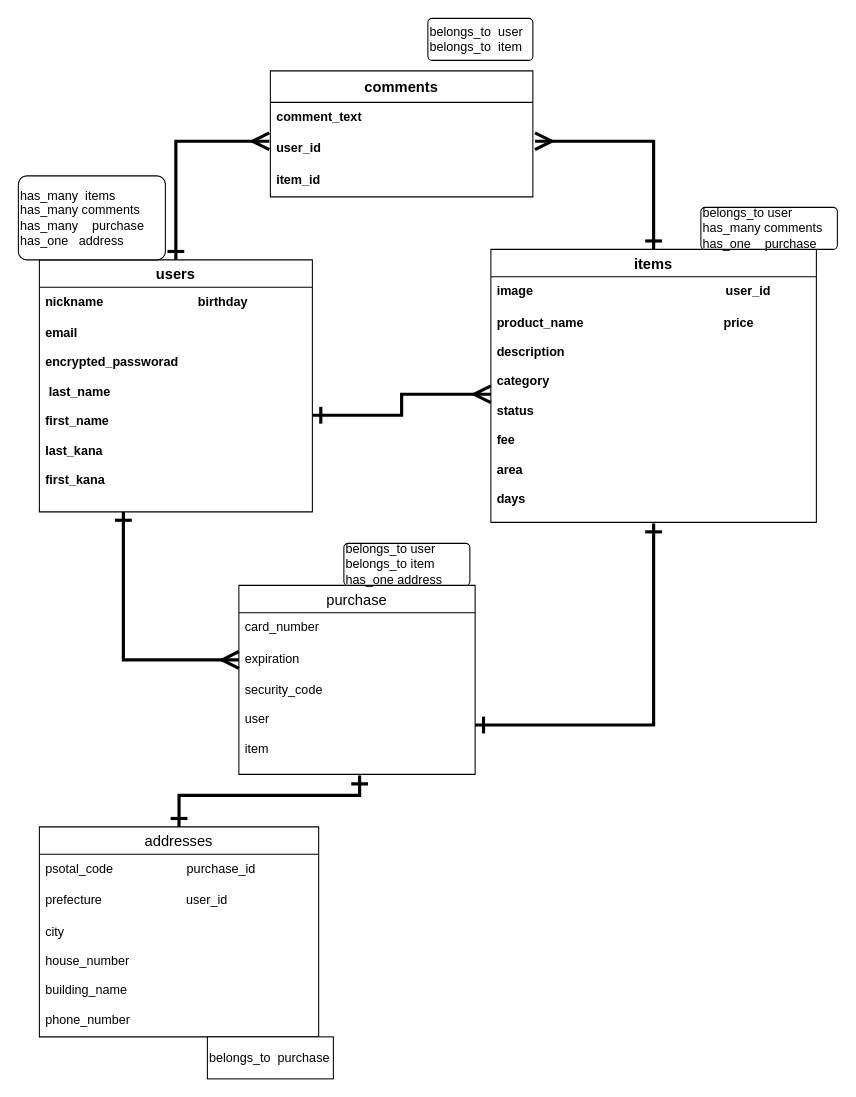
Before: furima.dio in itiapotami/furima-35435, a draw.io diagram. Source tidied: cells renumbered, new cells numbered last; positions are measured from the earlier drawing's top-left corner, leaving out a move shared by most shapes. Both pictures are drawn from the tidied source at 105%, with x=0, y=0 at pixel (18, 18).
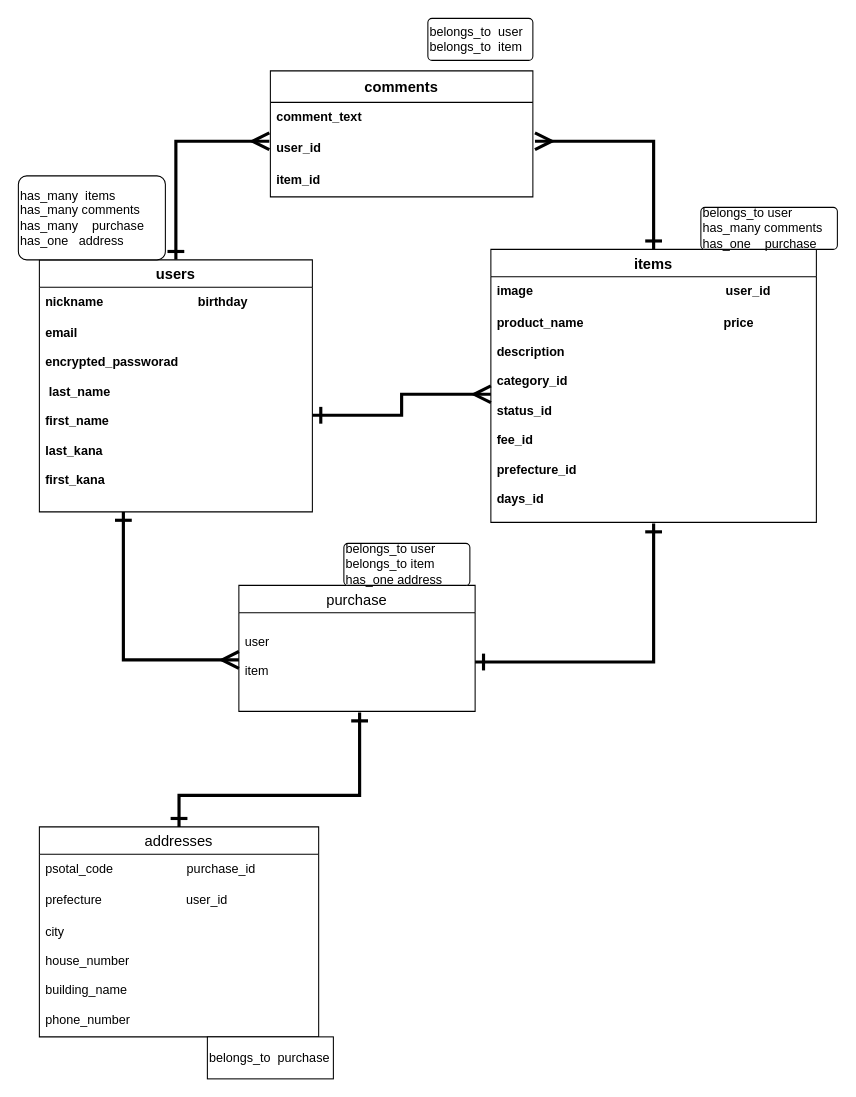
The same page after the edit.

Commit message (it also covers changes not shown here):
データベース設計修正２

Unchanged cells that the change refers to:
```xml
<mxCell id="5" value="email&#10;&#10;encrypted_passworad&#10;&#10; last_name&#10;&#10;first_name&#10;&#10;last_kana&#10;&#10;first_kana&#10;&#10;" style="text;strokeColor=none;fillColor=none;spacingLeft=4;spacingRight=4;overflow=hidden;points=[[0,0.5],[1,0.5]];portConstraint=eastwest;fontSize=12;fontStyle=1;" parent="3" vertex="1">
  <mxGeometry y="56" width="260" height="184" as="geometry" />
</mxCell>
<mxCell id="7" value="items" style="swimlane;fontStyle=1;horizontal=1;startSize=26;align=center;fontSize=14;" parent="1" vertex="1">
  <mxGeometry x="450" y="220" width="310" height="260" as="geometry" />
</mxCell>
```

Change to the diagram source:
```diff
@@
-    <mxCell id="9" value="product_name                                        price&#10;&#10;description&#10;&#10;category&#10;&#10;status&#10;&#10;fee&#10;&#10;area&#10;&#10;days&#10;&#10;&#10;" style="text;strokeColor=none;fillColor=none;spacingLeft=4;spacingRight=4;overflow=hidden;points=[[0,0.5],[1,0.5]];portConstraint=eastwest;fontSize=12;fontStyle=1;" parent="7" vertex="1">
+    <mxCell id="9" value="product_name                                        price&#10;&#10;description&#10;&#10;category_id&#10;&#10;status_id&#10;&#10;fee_id&#10;&#10;prefecture_id&#10;&#10;days_id&#10;&#10;&#10;" style="text;strokeColor=none;fillColor=none;spacingLeft=4;spacingRight=4;overflow=hidden;points=[[0,0.5],[1,0.5]];portConstraint=eastwest;fontSize=12;fontStyle=1;" parent="7" vertex="1">
       <mxGeometry y="56" width="310" height="204" as="geometry" />
     </mxCell>
@@
     <mxCell id="14" value="purchase" style="swimlane;fontStyle=0;horizontal=1;startSize=26;align=center;fontSize=14;" parent="1" vertex="1">
-      <mxGeometry x="210" y="540" width="225" height="180" as="geometry" />
+      <mxGeometry x="210" y="540" width="225" height="120" as="geometry" />
     </mxCell>
-    <mxCell id="15" value="card_number" style="text;strokeColor=none;fillColor=none;spacingLeft=4;spacingRight=4;overflow=hidden;fontSize=12;" parent="14" vertex="1">
-      <mxGeometry y="26" width="225" height="30" as="geometry" />
-    </mxCell>
-    <mxCell id="16" value="expiration" style="text;strokeColor=none;fillColor=none;spacingLeft=4;spacingRight=4;overflow=hidden;points=[[0,0.5],[1,0.5]];portConstraint=eastwest;fontSize=12;" parent="14" vertex="1">
-      <mxGeometry y="56" width="225" height="30" as="geometry" />
-    </mxCell>
-    <mxCell id="17" value="security_code&#10;&#10;user&#10;&#10;item" style="text;strokeColor=none;fillColor=none;spacingLeft=4;spacingRight=4;overflow=hidden;points=[[0,0.5],[1,0.5]];portConstraint=eastwest;fontSize=12;" parent="14" vertex="1">
-      <mxGeometry y="86" width="225" height="94" as="geometry" />
+    <mxCell id="17" value="&#10;user&#10;&#10;item" style="text;strokeColor=none;fillColor=none;spacingLeft=4;spacingRight=4;overflow=hidden;points=[[0,0.5],[1,0.5]];portConstraint=eastwest;fontSize=12;" parent="14" vertex="1">
+      <mxGeometry y="26" width="225" height="94" as="geometry" />
     </mxCell>
@@
-    <mxCell id="20" style="edgeStyle=orthogonalEdgeStyle;rounded=0;jettySize=auto;html=1;exitX=0;exitY=0.5;exitDx=0;exitDy=0;startArrow=ERmany;startFill=0;startSize=12;endArrow=ERone;endFill=0;endSize=12;strokeWidth=3;" parent="1" edge="1" source="16" target="5">
+    <mxCell id="20" style="edgeStyle=orthogonalEdgeStyle;rounded=0;jettySize=auto;html=1;startArrow=ERmany;startFill=0;startSize=12;endArrow=ERone;endFill=0;endSize=12;strokeWidth=3;" parent="1" edge="1" target="5">
       <mxGeometry relative="1" as="geometry">
+        <mxPoint x="210" y="611" as="sourcePoint" />
         <Array as="points">
           <mxPoint x="100" y="611" />
         </Array>
       </mxGeometry>
     </mxCell>
```
